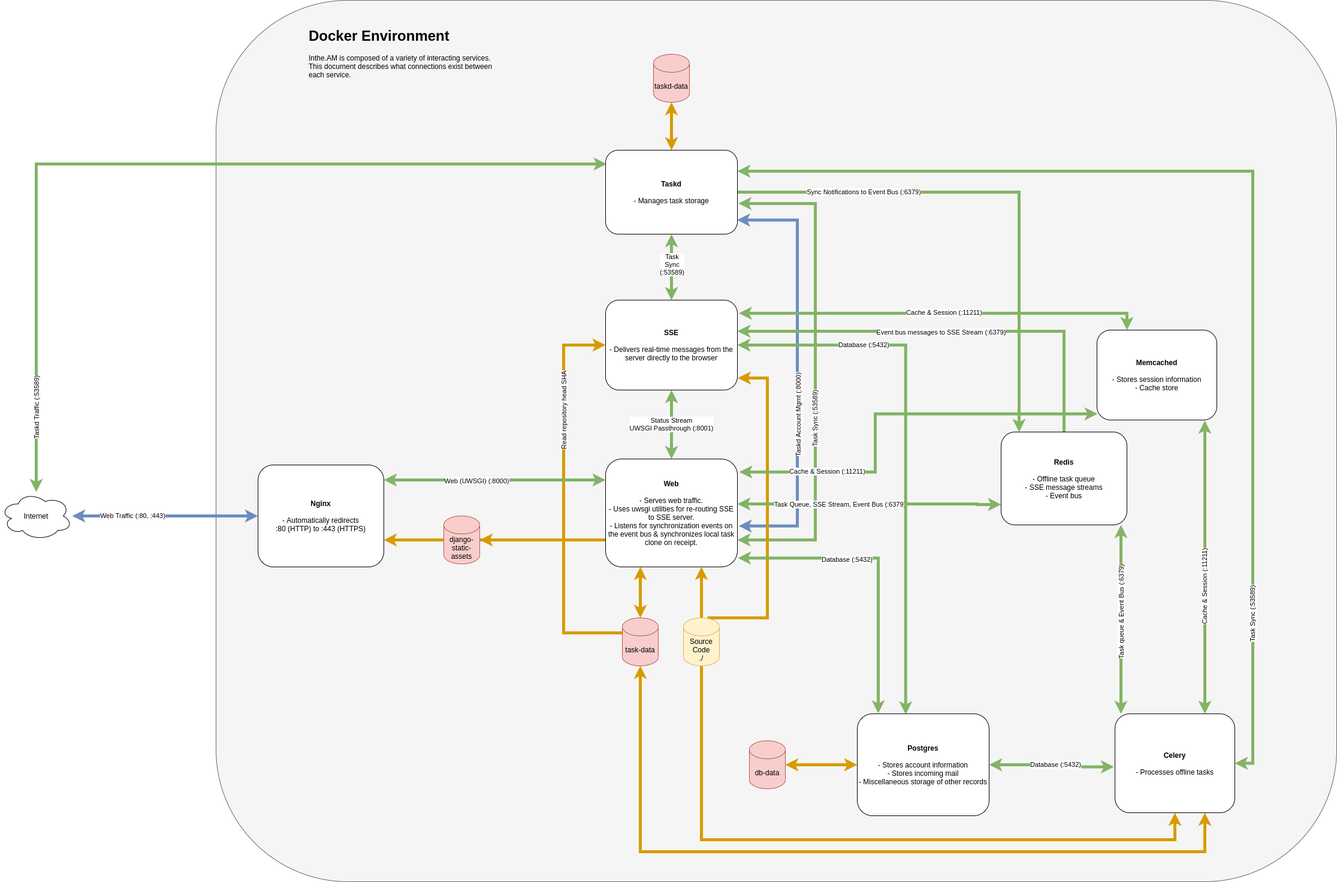
Above: docs/development/docker_diagram.png in coddingtonbear/inthe.am (draw.io), before the change. Source tidied: cells renumbered, new cells last; positions are measured from the earlier drawing's top-left corner, leaving out a move shared by most shapes.
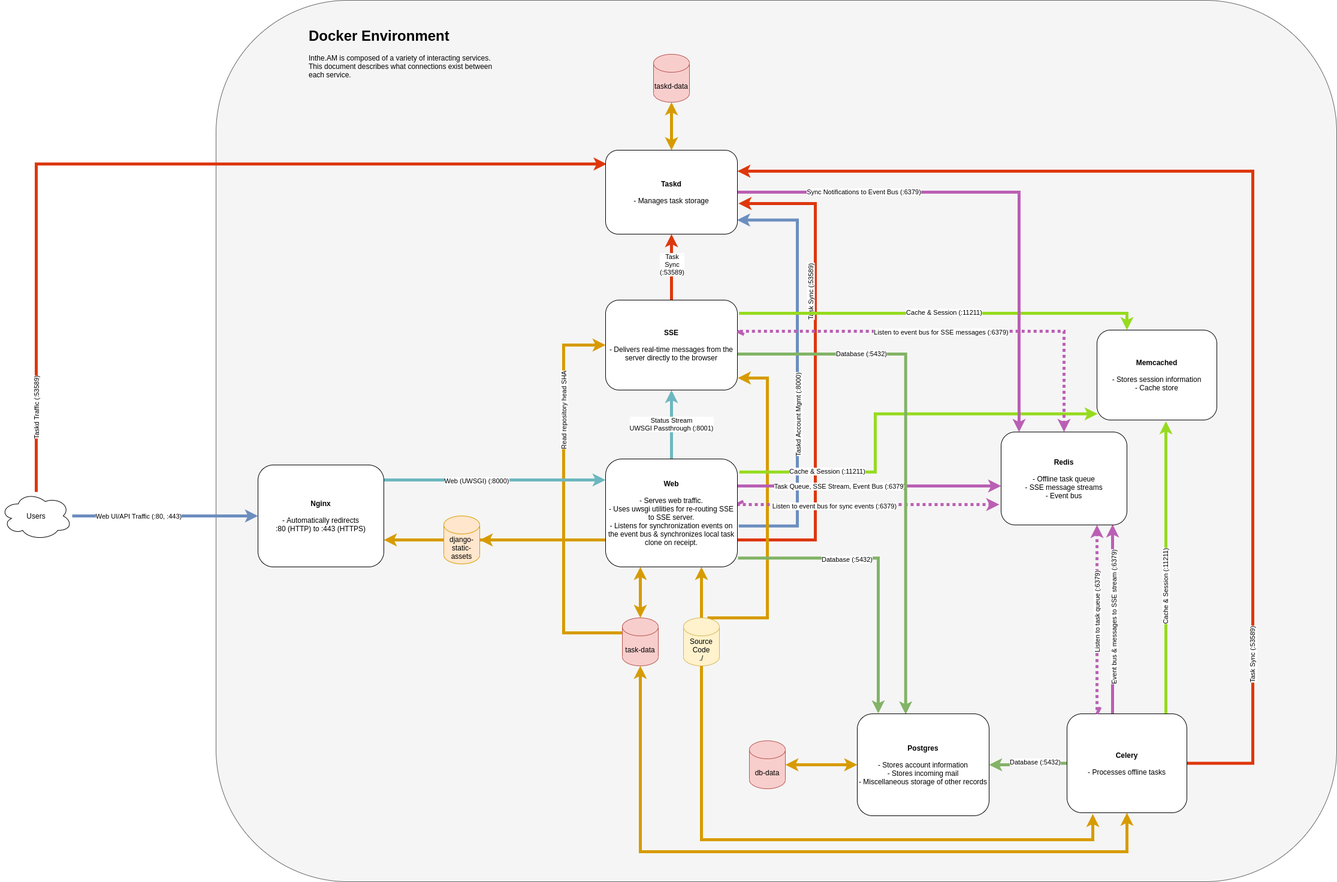
After the commit.

Commit message:
Updating docker container diagram to color-code different types of connections.

What changed in the source:
```diff
@@ -7,3 +7,3 @@
     </mxCell>
-    <mxCell id="3" style="edgeStyle=orthogonalEdgeStyle;rounded=0;sketch=0;jettySize=auto;html=1;entryX=0.997;entryY=0.832;entryDx=0;entryDy=0;entryPerimeter=0;shadow=0;startArrow=classic;startFill=1;endArrow=classic;endFill=1;strokeWidth=5;exitX=1.01;exitY=0.621;exitDx=0;exitDy=0;exitPerimeter=0;fillColor=#dae8fc;strokeColor=#6c8ebf;" parent="1" edge="1" source="31" target="61">
+    <mxCell id="3" style="edgeStyle=orthogonalEdgeStyle;rounded=0;sketch=0;jettySize=auto;html=1;entryX=0.997;entryY=0.832;entryDx=0;entryDy=0;entryPerimeter=0;shadow=0;startArrow=none;startFill=0;endArrow=classic;endFill=1;strokeWidth=5;exitX=1.01;exitY=0.621;exitDx=0;exitDy=0;exitPerimeter=0;fillColor=#dae8fc;strokeColor=#6c8ebf;" parent="1" edge="1" source="31" target="61">
       <mxGeometry relative="1" as="geometry">
@@ -18,7 +18,7 @@
     </mxCell>
-    <mxCell id="5" style="edgeStyle=orthogonalEdgeStyle;rounded=0;sketch=0;jettySize=auto;html=1;shadow=0;startArrow=classic;startFill=1;endArrow=classic;endFill=1;strokeWidth=5;exitX=1;exitY=0.75;exitDx=0;exitDy=0;fillColor=#d5e8d4;strokeColor=#82b366;entryX=1.008;entryY=0.635;entryDx=0;entryDy=0;entryPerimeter=0;" parent="1" edge="1" source="31" target="61">
+    <mxCell id="5" style="edgeStyle=orthogonalEdgeStyle;rounded=0;sketch=0;jettySize=auto;html=1;shadow=0;startArrow=classic;startFill=1;endArrow=none;endFill=0;strokeWidth=5;exitX=1.008;exitY=0.635;exitDx=0;exitDy=0;fillColor=#60a917;strokeColor=#DE370D;entryX=1;entryY=0.75;entryDx=0;entryDy=0;exitPerimeter=0;" parent="1" edge="1" source="61" target="31">
       <mxGeometry relative="1" as="geometry">
         <Array as="points">
+          <mxPoint x="1360" y="339" />
           <mxPoint x="1360" y="900" />
-          <mxPoint x="1360" y="339" />
         </Array>
@@ -31,6 +31,6 @@
     </mxCell>
-    <mxCell id="7" style="edgeStyle=orthogonalEdgeStyle;rounded=0;sketch=0;jettySize=auto;html=1;entryX=0.5;entryY=1;entryDx=0;entryDy=0;entryPerimeter=0;shadow=0;startArrow=classic;startFill=1;endArrow=classic;endFill=1;strokeWidth=5;fillColor=#ffe6cc;strokeColor=#d79b00;" parent="1" edge="1" source="49" target="40">
+    <mxCell id="7" style="edgeStyle=orthogonalEdgeStyle;rounded=0;sketch=0;jettySize=auto;html=1;entryX=0.5;entryY=1;entryDx=0;entryDy=0;entryPerimeter=0;shadow=0;startArrow=classic;startFill=1;endArrow=classic;endFill=1;strokeWidth=5;fillColor=#ffe6cc;strokeColor=#d79b00;exitX=0.5;exitY=1;exitDx=0;exitDy=0;" parent="1" edge="1" source="49" target="40">
       <mxGeometry relative="1" as="geometry">
         <Array as="points">
-          <mxPoint x="2010" y="1420" />
+          <mxPoint x="1880" y="1420" />
           <mxPoint x="1068" y="1420" />
@@ -39,3 +39,3 @@
     </mxCell>
-    <mxCell id="8" style="edgeStyle=orthogonalEdgeStyle;rounded=0;sketch=0;jettySize=auto;html=1;shadow=0;startArrow=none;startFill=0;endArrow=classic;endFill=1;strokeWidth=5;fillColor=#ffe6cc;strokeColor=#d79b00;exitX=0.5;exitY=1;exitDx=0;exitDy=0;exitPerimeter=0;" parent="1" edge="1" source="41" target="49">
+    <mxCell id="8" style="edgeStyle=orthogonalEdgeStyle;rounded=0;sketch=0;jettySize=auto;html=1;shadow=0;startArrow=none;startFill=0;endArrow=classic;endFill=1;strokeWidth=5;fillColor=#ffe6cc;strokeColor=#d79b00;exitX=0.5;exitY=1;exitDx=0;exitDy=0;exitPerimeter=0;entryX=0.215;entryY=1.012;entryDx=0;entryDy=0;entryPerimeter=0;" parent="1" edge="1" source="41" target="49">
       <mxGeometry relative="1" as="geometry">
@@ -43,3 +43,3 @@
           <mxPoint x="1170" y="1400" />
-          <mxPoint x="1960" y="1400" />
+          <mxPoint x="1823" y="1400" />
         </Array>
@@ -73,3 +73,3 @@
     </mxCell>
-    <mxCell id="12" style="edgeStyle=elbowEdgeStyle;rounded=0;jettySize=auto;html=1;strokeWidth=5;fillColor=#d5e8d4;strokeColor=#82b366;startArrow=classic;startFill=1;" parent="1" edge="1" source="15" target="31">
+    <mxCell id="12" style="edgeStyle=elbowEdgeStyle;rounded=0;jettySize=auto;html=1;strokeWidth=5;fillColor=#dae8fc;startArrow=none;startFill=0;strokeColor=#6DB7BF;" parent="1" edge="1" source="15" target="31">
       <mxGeometry relative="1" as="geometry">
@@ -95,11 +95,11 @@
     </mxCell>
-    <mxCell id="16" style="edgeStyle=elbowEdgeStyle;rounded=0;jettySize=auto;html=1;strokeWidth=5;fillColor=#dae8fc;strokeColor=#6c8ebf;startArrow=classic;startFill=1;" parent="1" edge="1" source="20" target="15">
+    <mxCell id="16" style="edgeStyle=elbowEdgeStyle;rounded=0;jettySize=auto;html=1;strokeWidth=5;fillColor=#dae8fc;strokeColor=#6c8ebf;startArrow=none;startFill=0;" parent="1" edge="1" source="20" target="15">
       <mxGeometry relative="1" as="geometry" />
     </mxCell>
-    <mxCell id="17" value="Web Traffic (:80, :443)" style="edgeLabel;html=1;align=center;verticalAlign=middle;" parent="16" vertex="1">
+    <mxCell id="17" value="Web UI/API Traffic (:80, :443)" style="edgeLabel;html=1;align=center;verticalAlign=middle;" parent="16" vertex="1">
       <mxGeometry x="-0.36" y="2" relative="1" as="geometry">
-        <mxPoint y="1" as="offset" />
+        <mxPoint x="10.6" y="2" as="offset" />
       </mxGeometry>
     </mxCell>
-    <mxCell id="18" style="edgeStyle=orthogonalEdgeStyle;rounded=0;sketch=0;jettySize=auto;html=1;entryX=0.008;entryY=0.164;entryDx=0;entryDy=0;shadow=0;startArrow=classic;startFill=1;endArrow=classic;endFill=1;strokeWidth=5;fillColor=#d5e8d4;strokeColor=#82b366;entryPerimeter=0;" parent="1" edge="1" source="20" target="61">
+    <mxCell id="18" style="edgeStyle=orthogonalEdgeStyle;rounded=0;sketch=0;jettySize=auto;html=1;entryX=0.008;entryY=0.164;entryDx=0;entryDy=0;shadow=0;startArrow=none;startFill=0;endArrow=classic;endFill=1;strokeWidth=5;fillColor=#60a917;strokeColor=#DE370D;entryPerimeter=0;" parent="1" edge="1" source="20" target="61">
       <mxGeometry relative="1" as="geometry">
@@ -115,3 +115,3 @@
     </mxCell>
-    <mxCell id="20" value="Internet" style="ellipse;shape=cloud;whiteSpace=wrap;html=1;" parent="1" vertex="1">
+    <mxCell id="20" value="Users" style="ellipse;shape=cloud;whiteSpace=wrap;html=1;" parent="1" vertex="1">
       <mxGeometry y="820" width="120" height="80" as="geometry" />
@@ -121,3 +121,3 @@
     </mxCell>
-    <mxCell id="22" value="Status Stream&lt;br&gt;UWSGI Passthrough (:8001)" style="edgeStyle=elbowEdgeStyle;rounded=0;jettySize=auto;html=1;startArrow=classic;startFill=1;endArrow=classic;endFill=1;strokeWidth=5;fillColor=#d5e8d4;strokeColor=#82b366;" parent="1" edge="1" source="31" target="39">
+    <mxCell id="22" value="Status Stream&lt;br&gt;UWSGI Passthrough (:8001)" style="edgeStyle=elbowEdgeStyle;rounded=0;jettySize=auto;html=1;startArrow=none;startFill=0;endArrow=classic;strokeWidth=5;fillColor=#dae8fc;strokeColor=#6DB7BF;" parent="1" edge="1" source="31" target="39">
       <mxGeometry relative="1" as="geometry" />
@@ -130,3 +130,3 @@
     </mxCell>
-    <mxCell id="25" style="rounded=0;jettySize=auto;html=1;startArrow=classic;startFill=1;endArrow=classic;endFill=1;strokeWidth=5;fillColor=#d5e8d4;strokeColor=#82b366;edgeStyle=orthogonalEdgeStyle;entryX=0.005;entryY=0.932;entryDx=0;entryDy=0;exitX=1.011;exitY=0.14;exitDx=0;exitDy=0;exitPerimeter=0;elbow=vertical;sketch=0;shadow=0;entryPerimeter=0;" parent="1" edge="1" target="42">
+    <mxCell id="25" style="rounded=0;jettySize=auto;html=1;startArrow=none;startFill=0;endArrow=classic;endFill=1;strokeWidth=5;fillColor=#b0e3e6;strokeColor=#96DB1F;edgeStyle=orthogonalEdgeStyle;entryX=0.005;entryY=0.932;entryDx=0;entryDy=0;exitX=1.011;exitY=0.14;exitDx=0;exitDy=0;exitPerimeter=0;elbow=vertical;entryPerimeter=0;" parent="1" edge="1" target="42">
       <mxGeometry relative="1" as="geometry">
@@ -144,5 +144,6 @@
     </mxCell>
-    <mxCell id="27" style="edgeStyle=elbowEdgeStyle;rounded=0;sketch=0;jettySize=auto;html=1;shadow=0;startArrow=classic;startFill=1;endArrow=classic;endFill=1;strokeWidth=5;fillColor=#d5e8d4;strokeColor=#82b366;entryX=0;entryY=0.78;entryDx=0;entryDy=0;entryPerimeter=0;" parent="1" edge="1" source="31" target="54">
+    <mxCell id="27" style="edgeStyle=elbowEdgeStyle;rounded=0;sketch=0;jettySize=auto;html=1;shadow=0;startArrow=none;startFill=0;endArrow=classic;endFill=1;strokeWidth=5;fillColor=#d0cee2;strokeColor=#BA5FB4;" parent="1" edge="1" source="31" target="54">
       <mxGeometry relative="1" as="geometry">
         <Array as="points">
+          <mxPoint x="1600" y="810" />
           <mxPoint x="1630" y="840" />
@@ -157,3 +158,3 @@
     </mxCell>
-    <mxCell id="29" style="edgeStyle=orthogonalEdgeStyle;rounded=0;sketch=0;jettySize=auto;html=1;entryX=0.159;entryY=-0.004;entryDx=0;entryDy=0;entryPerimeter=0;shadow=0;startArrow=classic;startFill=1;endArrow=classic;endFill=1;strokeWidth=5;fillColor=#d5e8d4;strokeColor=#82b366;exitX=1.004;exitY=0.918;exitDx=0;exitDy=0;exitPerimeter=0;" parent="1" edge="1" source="31" target="56">
+    <mxCell id="29" style="edgeStyle=orthogonalEdgeStyle;rounded=0;sketch=0;jettySize=auto;html=1;entryX=0.159;entryY=-0.004;entryDx=0;entryDy=0;entryPerimeter=0;shadow=0;startArrow=none;startFill=0;endArrow=classic;endFill=1;strokeWidth=5;fillColor=#d5e8d4;strokeColor=#82b366;exitX=1.004;exitY=0.918;exitDx=0;exitDy=0;exitPerimeter=0;" parent="1" edge="1" source="31" target="56">
       <mxGeometry relative="1" as="geometry">
@@ -169,2 +170,10 @@
     </mxCell>
+    <mxCell id="64" style="edgeStyle=orthogonalEdgeStyle;rounded=0;jettySize=auto;html=1;startArrow=openAsync;startFill=0;endArrow=classic;endFill=1;strokeColor=#BA5FB4;shadow=0;strokeWidth=5;fillColor=#d0cee2;sketch=0;exitX=0.995;exitY=0.422;exitDx=0;exitDy=0;exitPerimeter=0;dashed=1;dashPattern=1 1;" parent="1" edge="1" source="31">
+      <mxGeometry relative="1" as="geometry">
+        <mxPoint x="1667" y="841" as="targetPoint" />
+      </mxGeometry>
+    </mxCell>
+    <mxCell id="65" value="Listen to event bus for sync events (:6379)" style="edgeLabel;html=1;align=center;verticalAlign=middle;" parent="64" vertex="1">
+      <mxGeometry x="-0.26" y="-3" relative="1" as="geometry" />
+    </mxCell>
     <mxCell id="31" value="&lt;b&gt;Web&lt;/b&gt;&lt;br&gt;&lt;br&gt;- Serves web traffic.&lt;br&gt;- Uses uwsgi utilities for re-routing SSE to SSE server.&lt;br&gt;- Listens for synchronization events on the event bus &amp;amp; synchronizes local task clone on receipt." style="rounded=1;whiteSpace=wrap;html=1;strokeColor=#000000;glass=0;shadow=0;sketch=0;" parent="1" vertex="1">
@@ -172,6 +181,6 @@
     </mxCell>
-    <mxCell id="32" value="django-static-assets" style="shape=cylinder3;whiteSpace=wrap;html=1;boundedLbl=1;backgroundOutline=1;size=15;strokeColor=#b85450;fillColor=#f8cecc;" parent="1" vertex="1">
+    <mxCell id="32" value="django-static-assets" style="shape=cylinder3;whiteSpace=wrap;html=1;boundedLbl=1;backgroundOutline=1;size=15;strokeColor=#d79b00;fillColor=#ffe6cc;" parent="1" vertex="1">
       <mxGeometry x="740" y="860" width="60" height="80" as="geometry" />
     </mxCell>
-    <mxCell id="33" style="rounded=0;jettySize=auto;html=1;startArrow=classic;startFill=1;endArrow=classic;endFill=1;strokeWidth=5;fillColor=#d5e8d4;strokeColor=#82b366;edgeStyle=elbowEdgeStyle;exitX=1.011;exitY=0.146;exitDx=0;exitDy=0;exitPerimeter=0;entryX=0.25;entryY=0;entryDx=0;entryDy=0;" parent="1" edge="1" source="39" target="42">
+    <mxCell id="33" style="rounded=0;jettySize=auto;html=1;startArrow=none;startFill=0;endArrow=classic;endFill=1;strokeWidth=5;fillColor=#b0e3e6;edgeStyle=elbowEdgeStyle;exitX=1.011;exitY=0.146;exitDx=0;exitDy=0;exitPerimeter=0;entryX=0.25;entryY=0;entryDx=0;entryDy=0;strokeColor=#96DB1F;" parent="1" edge="1" source="39" target="42">
       <mxGeometry relative="1" as="geometry">
@@ -188,4 +197,8 @@
     </mxCell>
-    <mxCell id="35" style="edgeStyle=orthogonalEdgeStyle;rounded=0;sketch=0;jettySize=auto;html=1;entryX=0.367;entryY=0.006;entryDx=0;entryDy=0;entryPerimeter=0;shadow=0;startArrow=classic;startFill=1;endArrow=classic;endFill=1;strokeWidth=5;fillColor=#d5e8d4;strokeColor=#82b366;" parent="1" edge="1" source="39" target="56">
-      <mxGeometry relative="1" as="geometry" />
+    <mxCell id="35" style="edgeStyle=orthogonalEdgeStyle;rounded=0;sketch=0;jettySize=auto;html=1;entryX=0.367;entryY=0.006;entryDx=0;entryDy=0;entryPerimeter=0;shadow=0;startArrow=none;startFill=0;endArrow=classic;endFill=1;strokeWidth=5;fillColor=#d5e8d4;strokeColor=#82b366;" parent="1" edge="1" source="39" target="56">
+      <mxGeometry relative="1" as="geometry">
+        <Array as="points">
+          <mxPoint x="1511" y="590" />
+        </Array>
+      </mxGeometry>
     </mxCell>
@@ -196,3 +209,3 @@
     </mxCell>
-    <mxCell id="37" style="edgeStyle=orthogonalEdgeStyle;rounded=0;sketch=0;jettySize=auto;html=1;shadow=0;startArrow=classic;startFill=1;endArrow=classic;endFill=1;strokeWidth=5;fillColor=#d5e8d4;strokeColor=#82b366;" parent="1" edge="1" source="39" target="61">
+    <mxCell id="37" style="edgeStyle=orthogonalEdgeStyle;rounded=0;sketch=0;jettySize=auto;html=1;shadow=0;startArrow=none;startFill=0;endArrow=classic;endFill=1;strokeWidth=5;fillColor=#60a917;strokeColor=#DE370D;" parent="1" edge="1" source="39" target="61">
       <mxGeometry relative="1" as="geometry">
@@ -221,7 +234,7 @@
     </mxCell>
-    <mxCell id="43" style="edgeStyle=orthogonalEdgeStyle;rounded=0;jettySize=auto;html=1;startArrow=classic;startFill=1;endArrow=classic;endFill=1;strokeWidth=5;fillColor=#d5e8d4;strokeColor=#82b366;" parent="1" edge="1" source="49">
+    <mxCell id="43" style="edgeStyle=orthogonalEdgeStyle;rounded=0;jettySize=auto;html=1;startArrow=none;startFill=0;endArrow=classic;endFill=1;strokeWidth=5;fillColor=#b0e3e6;strokeColor=#96DB1F;entryX=0.575;entryY=1.013;entryDx=0;entryDy=0;entryPerimeter=0;" parent="1" edge="1" source="49" target="42">
       <mxGeometry relative="1" as="geometry">
-        <mxPoint x="2010" y="701" as="targetPoint" />
         <Array as="points">
-          <mxPoint x="2010" y="701" />
+          <mxPoint x="1945" y="1070" />
+          <mxPoint x="1945" y="1070" />
         </Array>
@@ -234,3 +247,3 @@
     </mxCell>
-    <mxCell id="45" style="edgeStyle=orthogonalEdgeStyle;rounded=0;sketch=0;jettySize=auto;html=1;entryX=1;entryY=0.5;entryDx=0;entryDy=0;shadow=0;startArrow=classic;startFill=1;endArrow=classic;endFill=1;strokeWidth=5;exitX=-0.008;exitY=0.536;exitDx=0;exitDy=0;exitPerimeter=0;fillColor=#d5e8d4;strokeColor=#82b366;" parent="1" edge="1" source="49" target="56">
+    <mxCell id="45" style="edgeStyle=orthogonalEdgeStyle;rounded=0;sketch=0;jettySize=auto;html=1;entryX=1;entryY=0.5;entryDx=0;entryDy=0;shadow=0;startArrow=none;startFill=0;endArrow=classic;endFill=1;strokeWidth=5;fillColor=#d5e8d4;strokeColor=#82b366;exitX=0;exitY=0.5;exitDx=0;exitDy=0;" parent="1" edge="1" source="49" target="56">
       <mxGeometry relative="1" as="geometry" />
@@ -239,6 +252,6 @@
       <mxGeometry x="-0.35" y="3" relative="1" as="geometry">
-        <mxPoint x="-29.2" y="-6.4" as="offset" />
+        <mxPoint x="-11" y="-5.5" as="offset" />
       </mxGeometry>
     </mxCell>
-    <mxCell id="47" style="edgeStyle=orthogonalEdgeStyle;rounded=0;sketch=0;jettySize=auto;html=1;entryX=1;entryY=0.25;entryDx=0;entryDy=0;shadow=0;startArrow=classic;startFill=1;endArrow=classic;endFill=1;strokeWidth=5;fillColor=#d5e8d4;strokeColor=#82b366;" parent="1" edge="1" source="49" target="61">
+    <mxCell id="47" style="edgeStyle=orthogonalEdgeStyle;rounded=0;sketch=0;jettySize=auto;html=1;entryX=1;entryY=0.25;entryDx=0;entryDy=0;shadow=0;startArrow=none;startFill=0;endArrow=classic;endFill=1;strokeWidth=5;fillColor=#60a917;strokeColor=#DE370D;" parent="1" edge="1" source="49" target="61">
       <mxGeometry relative="1" as="geometry">
@@ -255,9 +268,22 @@
     </mxCell>
+    <mxCell id="66" style="edgeStyle=orthogonalEdgeStyle;rounded=0;jettySize=auto;html=1;startArrow=none;startFill=0;endArrow=classic;endFill=1;strokeColor=#BA5FB4;entryX=0.886;entryY=0.994;entryDx=0;entryDy=0;entryPerimeter=0;shadow=0;strokeWidth=5;fillColor=#d0cee2;sketch=0;" parent="1" edge="1" source="49" target="54">
+      <mxGeometry relative="1" as="geometry">
+        <Array as="points">
+          <mxPoint x="1856" y="1110" />
+          <mxPoint x="1856" y="1110" />
+        </Array>
+      </mxGeometry>
+    </mxCell>
+    <mxCell id="67" value="Event bus &amp;amp; messages to SSE stream (:6379)" style="edgeLabel;html=1;align=center;verticalAlign=middle;horizontal=0;" parent="66" vertex="1">
+      <mxGeometry x="0.22" y="-2" relative="1" as="geometry">
+        <mxPoint y="32" as="offset" />
+      </mxGeometry>
+    </mxCell>
     <mxCell id="49" value="&lt;b&gt;Celery&lt;/b&gt;&lt;br&gt;&lt;br&gt;- Processes offline tasks" style="rounded=1;whiteSpace=wrap;html=1;strokeColor=#000000;" parent="1" vertex="1">
-      <mxGeometry x="1860" y="1190" width="200" height="165" as="geometry" />
+      <mxGeometry x="1780" y="1190" width="200" height="165" as="geometry" />
     </mxCell>
-    <mxCell id="50" style="edgeStyle=elbowEdgeStyle;rounded=0;jettySize=auto;html=1;startArrow=classic;startFill=1;endArrow=classic;endFill=1;strokeWidth=5;fillColor=#d5e8d4;strokeColor=#82b366;" parent="1" edge="1" source="54" target="49">
+    <mxCell id="50" style="edgeStyle=elbowEdgeStyle;rounded=0;jettySize=auto;html=1;startArrow=classic;startFill=1;endArrow=openAsync;endFill=0;strokeWidth=5;fillColor=#d0cee2;strokeColor=#BA5FB4;shadow=0;sketch=0;dashed=1;dashPattern=1 1;" parent="1" edge="1" source="54" target="49">
       <mxGeometry relative="1" as="geometry" />
     </mxCell>
-    <mxCell id="51" value="Task queue &amp;amp; Event Bus (:6379)" style="edgeLabel;html=1;align=center;verticalAlign=middle;horizontal=0;" parent="50" vertex="1">
+    <mxCell id="51" value="Listen to task queue (:6379)" style="edgeLabel;html=1;align=center;verticalAlign=middle;horizontal=0;" parent="50" vertex="1">
       <mxGeometry x="-0.27" relative="1" as="geometry">
@@ -266,3 +292,3 @@
     </mxCell>
-    <mxCell id="52" style="edgeStyle=elbowEdgeStyle;rounded=0;sketch=0;jettySize=auto;html=1;shadow=0;startArrow=none;startFill=0;endArrow=classic;endFill=1;strokeWidth=5;exitX=0.5;exitY=0;exitDx=0;exitDy=0;fillColor=#d5e8d4;strokeColor=#82b366;entryX=1;entryY=0.346;entryDx=0;entryDy=0;entryPerimeter=0;" parent="1" edge="1" source="54" target="39">
+    <mxCell id="52" style="edgeStyle=elbowEdgeStyle;rounded=0;sketch=0;jettySize=auto;html=1;shadow=0;startArrow=classic;startFill=1;endArrow=openAsync;endFill=0;strokeWidth=5;exitX=0.5;exitY=0;exitDx=0;exitDy=0;fillColor=#d0cee2;strokeColor=#BA5FB4;entryX=1;entryY=0.346;entryDx=0;entryDy=0;entryPerimeter=0;dashed=1;dashPattern=1 1;" parent="1" edge="1" source="54" target="39">
       <mxGeometry relative="1" as="geometry">
@@ -277,3 +303,3 @@
     </mxCell>
-    <mxCell id="53" value="Event bus messages to SSE Stream (:6379)" style="edgeLabel;html=1;align=center;verticalAlign=middle;horizontal=1;" parent="52" vertex="1">
+    <mxCell id="53" value="Listen to event bus for SSE messages (:6379)" style="edgeLabel;html=1;align=center;verticalAlign=middle;horizontal=1;" parent="52" vertex="1">
       <mxGeometry x="-0.39" y="-3" relative="1" as="geometry">
@@ -297,3 +323,3 @@
     </mxCell>
-    <mxCell id="59" style="edgeStyle=orthogonalEdgeStyle;rounded=0;sketch=0;jettySize=auto;html=1;shadow=0;startArrow=none;startFill=0;endArrow=classic;endFill=1;strokeWidth=5;fillColor=#d5e8d4;strokeColor=#82b366;" parent="1" edge="1" source="61" target="54">
+    <mxCell id="59" style="edgeStyle=orthogonalEdgeStyle;rounded=0;sketch=0;jettySize=auto;html=1;shadow=0;startArrow=none;startFill=0;endArrow=classic;endFill=1;strokeWidth=5;fillColor=#d0cee2;strokeColor=#BA5FB4;" parent="1" edge="1" source="61" target="54">
       <mxGeometry relative="1" as="geometry">
```
